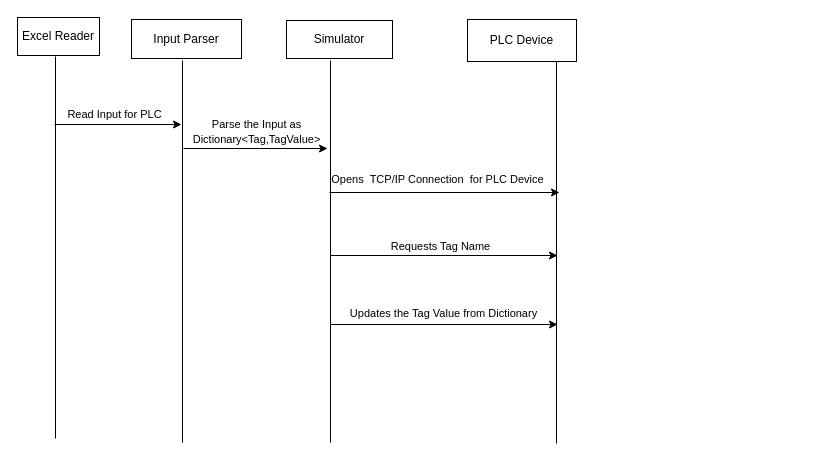
srawat19/Steris-Project keeps this draw.io diagram as Untitled Diagram.drawio. Above is the earlier version. Source tidied: cells renumbered, new cells numbered last; positions are measured from the earlier drawing's top-left corner, leaving out a move shared by most shapes. Both pictures are drawn from the tidied source at 100%, with x=0, y=0 at pixel (17, 17).
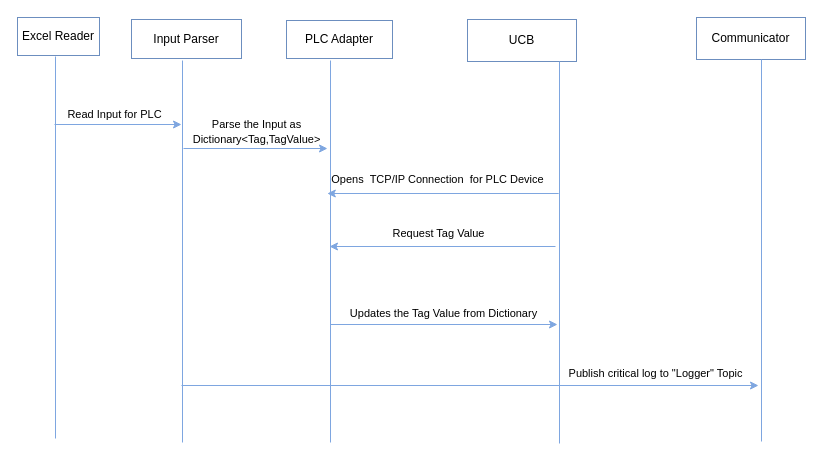
The same diagram, later.

Diff of the diagram source:
```diff
@@
-    <mxCell id="2" value="Excel Reader" style="rounded=0;whiteSpace=wrap;html=1;" parent="1" vertex="1">
+    <mxCell id="2" value="Excel Reader" style="rounded=0;whiteSpace=wrap;html=1;fillColor=none;strokeColor=#6c8ebf;" parent="1" vertex="1">
       <mxGeometry width="82" height="38" as="geometry" />
     </mxCell>
-    <mxCell id="3" value="Input Parser" style="rounded=0;whiteSpace=wrap;html=1;" parent="1" vertex="1">
+    <mxCell id="3" value="Input Parser" style="rounded=0;whiteSpace=wrap;html=1;fillColor=none;strokeColor=#6c8ebf;" parent="1" vertex="1">
       <mxGeometry x="114" y="2" width="110" height="39" as="geometry" />
     </mxCell>
-    <mxCell id="4" value="Simulator" style="rounded=0;whiteSpace=wrap;html=1;" parent="1" vertex="1">
+    <mxCell id="4" value="PLC Adapter" style="rounded=0;whiteSpace=wrap;html=1;fillColor=none;strokeColor=#6c8ebf;" parent="1" vertex="1">
       <mxGeometry x="269" y="3" width="106" height="38" as="geometry" />
     </mxCell>
-    <mxCell id="5" value="PLC Device" style="rounded=0;whiteSpace=wrap;html=1;" parent="1" vertex="1">
+    <mxCell id="5" value="UCB" style="rounded=0;whiteSpace=wrap;html=1;fillColor=none;strokeColor=#6c8ebf;" parent="1" vertex="1">
       <mxGeometry x="450" y="2" width="109" height="42" as="geometry" />
     </mxCell>
-    <mxCell id="6" style="endArrow=none;html=1;" parent="1" edge="1">
+    <mxCell id="6" style="endArrow=none;html=1;strokeColor=#7EA6E0;" parent="1" edge="1">
       <mxGeometry relative="1" as="geometry">
         <mxPoint x="38" y="421" as="sourcePoint" />
         <mxPoint x="38" y="39" as="targetPoint" />
       </mxGeometry>
     </mxCell>
-    <mxCell id="7" style="endArrow=none;html=1;fontStyle=1;" parent="1" edge="1">
+    <mxCell id="7" style="endArrow=none;html=1;fontStyle=1;strokeColor=#7EA6E0;" parent="1" edge="1">
       <mxGeometry relative="1" as="geometry">
         <mxPoint x="165" y="425" as="sourcePoint" />
         <mxPoint x="165" y="43" as="targetPoint" />
       </mxGeometry>
     </mxCell>
-    <mxCell id="8" style="endArrow=classic;html=1;" parent="1" edge="1">
+    <mxCell id="8" style="endArrow=classic;html=1;strokeColor=#7EA6E0;" parent="1" edge="1">
       <mxGeometry relative="1" as="geometry">
         <mxPoint x="37" y="107" as="sourcePoint" />
         <mxPoint x="164" y="107" as="targetPoint" />
       </mxGeometry>
     </mxCell>
@@
-    <mxCell id="10" style="endArrow=classic;html=1;" parent="1" edge="1">
+    <mxCell id="10" style="endArrow=classic;html=1;strokeColor=#7EA6E0;" parent="1" edge="1">
       <mxGeometry relative="1" as="geometry">
         <mxPoint x="166" y="131" as="sourcePoint" />
         <mxPoint x="310" y="131" as="targetPoint" />
       </mxGeometry>
     </mxCell>
@@
-    <mxCell id="12" style="endArrow=none;html=1;fontStyle=1;" parent="1" edge="1">
+    <mxCell id="12" style="endArrow=none;html=1;fontStyle=1;strokeColor=#7EA6E0;" parent="1" edge="1">
       <mxGeometry relative="1" as="geometry">
         <mxPoint x="313" y="425" as="sourcePoint" />
         <mxPoint x="313" y="43" as="targetPoint" />
       </mxGeometry>
     </mxCell>
-    <mxCell id="13" style="endArrow=classic;html=1;" parent="1" edge="1">
+    <mxCell id="13" style="endArrow=classic;html=1;strokeColor=#7EA6E0;" parent="1" edge="1">
       <mxGeometry relative="1" as="geometry">
-        <mxPoint x="312" y="175" as="sourcePoint" />
-        <mxPoint x="542" y="175" as="targetPoint" />
+        <mxPoint x="541.2" y="176" as="sourcePoint" />
+        <mxPoint x="309.8" y="176" as="targetPoint" />
       </mxGeometry>
     </mxCell>
@@
-    <mxCell id="15" style="endArrow=none;html=1;fontStyle=1;" parent="1" edge="1">
+    <mxCell id="15" style="endArrow=none;html=1;fontStyle=1;strokeColor=#7EA6E0;" parent="1" edge="1">
       <mxGeometry relative="1" as="geometry">
-        <mxPoint x="539" y="426" as="sourcePoint" />
-        <mxPoint x="539" y="44" as="targetPoint" />
+        <mxPoint x="542" y="426" as="sourcePoint" />
+        <mxPoint x="542" y="44" as="targetPoint" />
       </mxGeometry>
     </mxCell>
-    <mxCell id="16" style="endArrow=classic;html=1;" parent="1" edge="1">
+    <mxCell id="16" style="endArrow=classic;html=1;strokeColor=#7EA6E0;" parent="1" edge="1">
       <mxGeometry relative="1" as="geometry">
-        <mxPoint x="313" y="238" as="sourcePoint" />
-        <mxPoint x="540" y="238" as="targetPoint" />
+        <mxPoint x="538" y="229" as="sourcePoint" />
+        <mxPoint x="312" y="229" as="targetPoint" />
       </mxGeometry>
     </mxCell>
-    <mxCell id="17" value="&lt;font style=&quot;font-size: 11px&quot;&gt;Requests Tag Name&lt;/font&gt;" style="text;html=1;align=center;verticalAlign=middle;" parent="1" vertex="1">
-      <mxGeometry x="368" y="220" width="109" height="18" as="geometry" />
+    <mxCell id="17" value="&lt;font style=&quot;font-size: 11px&quot;&gt;Request Tag Value&lt;/font&gt;" style="text;html=1;align=center;verticalAlign=middle;" parent="1" vertex="1">
+      <mxGeometry x="369.5" y="207" width="102" height="18" as="geometry" />
     </mxCell>
-    <mxCell id="18" style="endArrow=classic;html=1;" parent="1" edge="1">
+    <mxCell id="18" style="endArrow=classic;html=1;strokeColor=#7EA6E0;" parent="1" edge="1">
       <mxGeometry relative="1" as="geometry">
         <mxPoint x="313" y="307" as="sourcePoint" />
         <mxPoint x="540" y="307" as="targetPoint" />
       </mxGeometry>
     </mxCell>
@@
+    <mxCell id="20" value="Communicator" style="rounded=0;whiteSpace=wrap;html=1;fillColor=none;strokeColor=#6c8ebf;" parent="1" vertex="1">
+      <mxGeometry x="679" width="109" height="42" as="geometry" />
+    </mxCell>
+    <mxCell id="21" style="endArrow=none;html=1;fontStyle=1;strokeColor=#7EA6E0;" parent="1" edge="1">
+      <mxGeometry relative="1" as="geometry">
+        <mxPoint x="744" y="424" as="sourcePoint" />
+        <mxPoint x="744" y="42" as="targetPoint" />
+      </mxGeometry>
+    </mxCell>
+    <mxCell id="22" style="endArrow=classic;html=1;strokeColor=#7EA6E0;" parent="1" edge="1">
+      <mxGeometry relative="1" as="geometry">
+        <mxPoint x="164" y="368" as="sourcePoint" />
+        <mxPoint x="741" y="368" as="targetPoint" />
+      </mxGeometry>
+    </mxCell>
+    <mxCell id="23" value="&lt;font style=&quot;font-size: 11px&quot;&gt;Publish critical log to &quot;Logger&quot; Topic&lt;/font&gt;" style="text;html=1;align=center;verticalAlign=middle;" parent="1" vertex="1">
+      <mxGeometry x="546" y="347" width="184" height="18" as="geometry" />
+    </mxCell>
```
